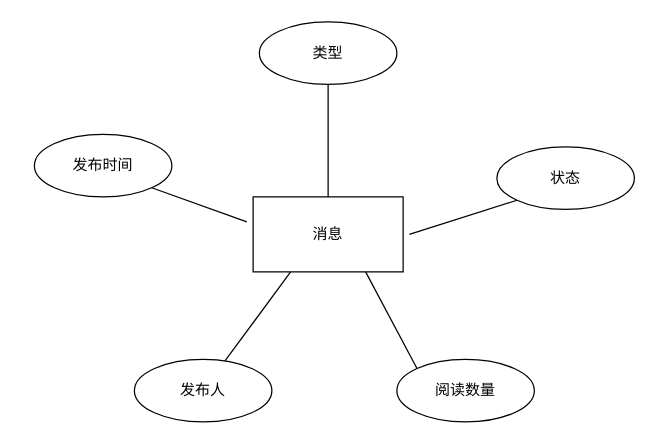
This is 消息实体图.drawio from geoffrey-h/code, a draw.io file, before an edit. Source tidied: cells renumbered, new cells numbered last; positions are measured from the earlier drawing's top-left corner, leaving out a move shared by most shapes. Both pictures are drawn from the tidied source at 125%, with x=0, y=0 at pixel (34, 21).
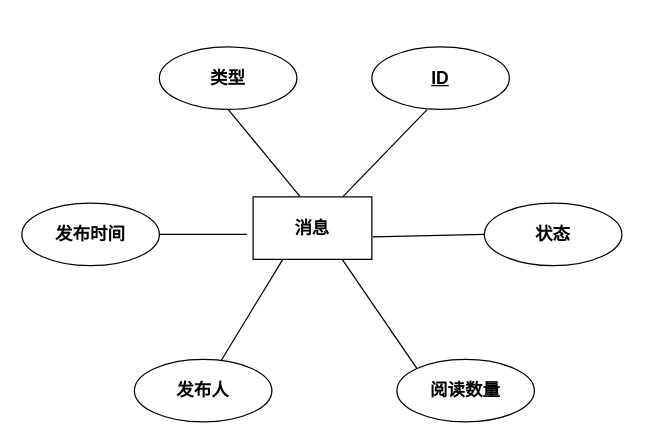
The same diagram, later.

Commit message:
更新消息实体图.drawio

What changed in the source:
```diff
@@
 <mxGraphModel>
   <root>
     <mxCell id="0" />
     <mxCell id="1" parent="0" />
-    <mxCell id="2" value="消息" style="rounded=0;whiteSpace=wrap;html=1;" parent="1" vertex="1">
-      <mxGeometry x="175" y="140" width="120" height="60" as="geometry" />
+    <mxCell id="2" value="&lt;font style=&quot;font-size: 14px&quot;&gt;&lt;b&gt;消息&lt;/b&gt;&lt;/font&gt;" style="rounded=0;whiteSpace=wrap;html=1;" parent="1" vertex="1">
+      <mxGeometry x="175" y="140" width="95" height="50" as="geometry" />
     </mxCell>
-    <mxCell id="3" value="类型" style="ellipse;whiteSpace=wrap;html=1;" parent="1" vertex="1">
-      <mxGeometry x="180" width="110" height="50" as="geometry" />
+    <mxCell id="3" value="&lt;b&gt;&lt;font style=&quot;font-size: 14px&quot;&gt;类型&lt;/font&gt;&lt;/b&gt;" style="ellipse;whiteSpace=wrap;html=1;" parent="1" vertex="1">
+      <mxGeometry x="100" y="20" width="110" height="50" as="geometry" />
     </mxCell>
-    <mxCell id="4" value="发布时间" style="ellipse;whiteSpace=wrap;html=1;" parent="1" vertex="1">
-      <mxGeometry y="90" width="110" height="50" as="geometry" />
+    <mxCell id="4" value="&lt;b&gt;&lt;font style=&quot;font-size: 14px&quot;&gt;发布时间&lt;/font&gt;&lt;/b&gt;" style="ellipse;whiteSpace=wrap;html=1;" parent="1" vertex="1">
+      <mxGeometry x="-10" y="145" width="110" height="50" as="geometry" />
     </mxCell>
-    <mxCell id="5" value="发布人" style="ellipse;whiteSpace=wrap;html=1;" parent="1" vertex="1">
+    <mxCell id="5" value="&lt;font style=&quot;font-size: 14px&quot;&gt;&lt;b&gt;发布人&lt;/b&gt;&lt;/font&gt;" style="ellipse;whiteSpace=wrap;html=1;" parent="1" vertex="1">
       <mxGeometry x="80" y="270" width="110" height="50" as="geometry" />
     </mxCell>
-    <mxCell id="6" value="阅读数量" style="ellipse;whiteSpace=wrap;html=1;" parent="1" vertex="1">
+    <mxCell id="6" value="&lt;b&gt;&lt;font style=&quot;font-size: 14px&quot;&gt;阅读数量&lt;/font&gt;&lt;/b&gt;" style="ellipse;whiteSpace=wrap;html=1;" parent="1" vertex="1">
       <mxGeometry x="290" y="270" width="110" height="50" as="geometry" />
     </mxCell>
-    <mxCell id="7" value="状态" style="ellipse;whiteSpace=wrap;html=1;" parent="1" vertex="1">
-      <mxGeometry x="370" y="100" width="110" height="50" as="geometry" />
+    <mxCell id="7" value="&lt;b&gt;&lt;font style=&quot;font-size: 14px&quot;&gt;状态&lt;/font&gt;&lt;/b&gt;" style="ellipse;whiteSpace=wrap;html=1;" parent="1" vertex="1">
+      <mxGeometry x="360" y="145" width="110" height="50" as="geometry" />
     </mxCell>
-    <mxCell id="8" style="endArrow=none;html=1;entryX=0.5;entryY=1;entryDx=0;entryDy=0;exitX=0.5;exitY=0;exitDx=0;exitDy=0;" parent="1" edge="1" source="2" target="3">
+    <mxCell id="8" style="endArrow=none;html=1;entryX=0.5;entryY=1;entryDx=0;entryDy=0;exitX=0.392;exitY=-0.013;exitDx=0;exitDy=0;exitPerimeter=0;" parent="1" edge="1" source="2" target="3">
       <mxGeometry relative="1" as="geometry" />
     </mxCell>
-    <mxCell id="9" style="endArrow=none;html=1;entryX=1;entryY=1;entryDx=0;entryDy=0;" parent="1" edge="1" target="4">
+    <mxCell id="9" style="endArrow=none;html=1;entryX=1;entryY=0.5;entryDx=0;entryDy=0;" parent="1" edge="1" target="4">
       <mxGeometry relative="1" as="geometry">
-        <mxPoint x="170" y="160" as="sourcePoint" />
+        <mxPoint x="170" y="170" as="sourcePoint" />
       </mxGeometry>
     </mxCell>
     <mxCell id="10" style="endArrow=none;html=1;entryX=0.25;entryY=1;entryDx=0;entryDy=0;" parent="1" edge="1" source="5" target="2">
       <mxGeometry relative="1" as="geometry" />
     </mxCell>
     <mxCell id="11" style="endArrow=none;html=1;entryX=0.75;entryY=1;entryDx=0;entryDy=0;exitX=0;exitY=0;exitDx=0;exitDy=0;" parent="1" edge="1" source="6" target="2">
       <mxGeometry relative="1" as="geometry" />
     </mxCell>
-    <mxCell id="12" style="endArrow=none;html=1;entryX=0;entryY=1;entryDx=0;entryDy=0;" parent="1" edge="1" target="7">
-      <mxGeometry relative="1" as="geometry">
-        <mxPoint x="300" y="170" as="sourcePoint" />
-      </mxGeometry>
+    <mxCell id="12" style="endArrow=none;html=1;entryX=0;entryY=0.5;entryDx=0;entryDy=0;exitX=1.008;exitY=0.64;exitDx=0;exitDy=0;exitPerimeter=0;" parent="1" edge="1" source="2" target="7">
+      <mxGeometry relative="1" as="geometry" />
     </mxCell>
+    <mxCell id="13" value="&lt;u&gt;&lt;b&gt;&lt;font style=&quot;font-size: 14px&quot;&gt;ID&lt;/font&gt;&lt;/b&gt;&lt;/u&gt;" style="ellipse;whiteSpace=wrap;html=1;" parent="1" vertex="1">
+      <mxGeometry x="270" y="20" width="110" height="50" as="geometry" />
+    </mxCell>
+    <mxCell id="14" style="endArrow=none;html=1;exitX=0.4;exitY=1.008;exitDx=0;exitDy=0;exitPerimeter=0;" parent="1" edge="1" source="13" target="2">
+      <mxGeometry relative="1" as="geometry" />
+    </mxCell>
   </root>
 </mxGraphModel>
```
